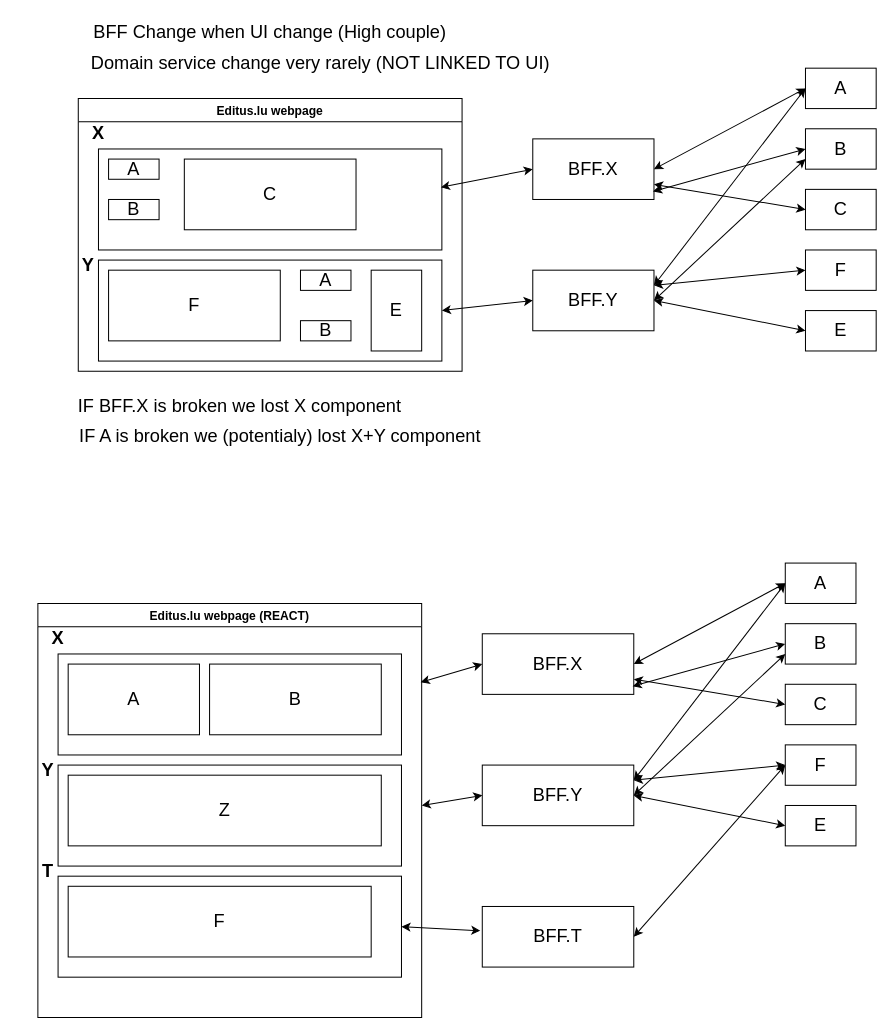
This is ConsoleApp14/Untitled Diagram.drawio from MomoAbda/LeetCode, a draw.io file, before an edit. Source tidied: cells renumbered, new cells numbered last; positions are measured from the earlier drawing's top-left corner, leaving out a move shared by most shapes. Both pictures are drawn from the tidied source at 101%, with x=0, y=0 at pixel (17, 17).
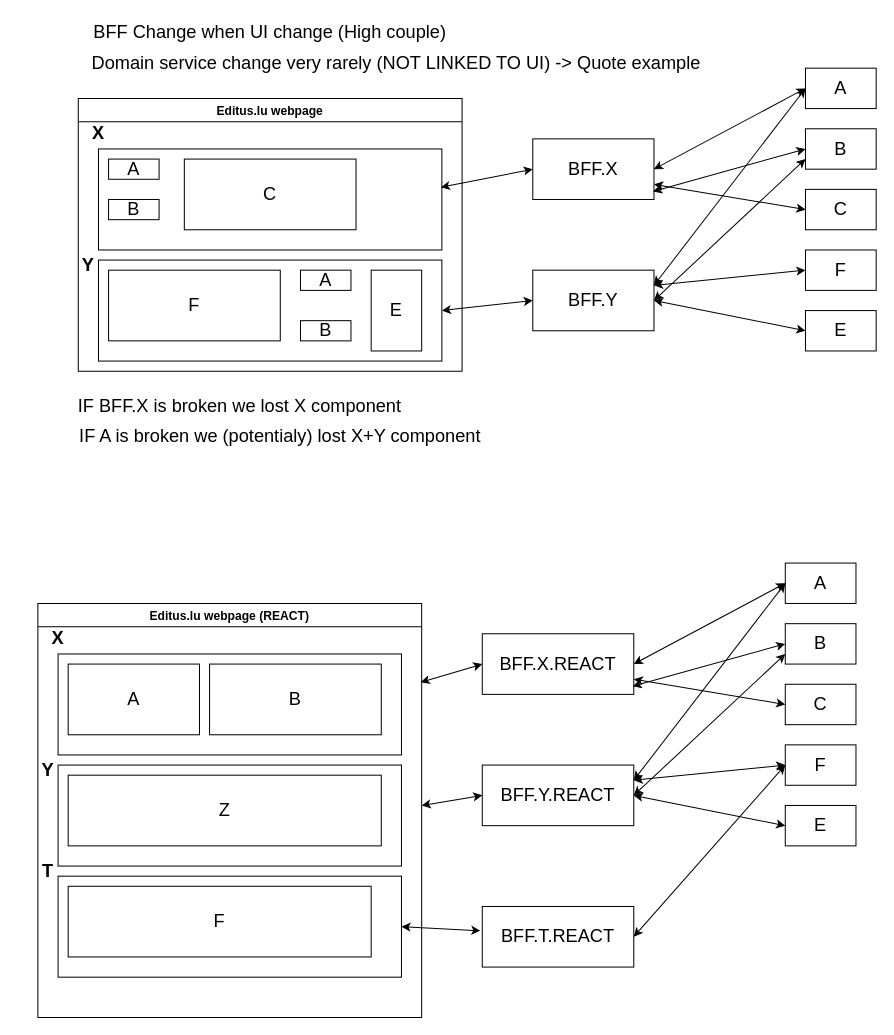
The same diagram, later.

What changed in the source:
```diff
@@
-    <mxCell id="30" value="BFF.X" style="rounded=0;whiteSpace=wrap;html=1;fontSize=18;" parent="1" vertex="1">
+    <mxCell id="30" value="BFF.X.REACT" style="rounded=0;whiteSpace=wrap;html=1;fontSize=18;" parent="1" vertex="1">
       <mxGeometry x="460" y="610" width="150" height="60" as="geometry" />
     </mxCell>
-    <mxCell id="31" value="BFF.Y" style="rounded=0;whiteSpace=wrap;html=1;fontSize=18;" parent="1" vertex="1">
+    <mxCell id="31" value="BFF.Y.REACT" style="rounded=0;whiteSpace=wrap;html=1;fontSize=18;" parent="1" vertex="1">
       <mxGeometry x="460" y="740" width="150" height="60" as="geometry" />
     </mxCell>
@@
-    <mxCell id="57" value="BFF.T" style="rounded=0;whiteSpace=wrap;html=1;fontSize=18;" parent="1" vertex="1">
+    <mxCell id="57" value="BFF.T.REACT" style="rounded=0;whiteSpace=wrap;html=1;fontSize=18;" parent="1" vertex="1">
       <mxGeometry x="460" y="880" width="150" height="60" as="geometry" />
     </mxCell>
@@
-    <mxCell id="61" value="Domain service change very rarely (NOT LINKED TO UI)" style="text;html=1;strokeColor=none;fillColor=none;align=center;verticalAlign=middle;whiteSpace=wrap;rounded=0;fontSize=18;" parent="1" vertex="1">
-      <mxGeometry x="50" y="30" width="500" height="30" as="geometry" />
+    <mxCell id="61" value="Domain service change very rarely (NOT LINKED TO UI) -&amp;gt; Quote example" style="text;html=1;strokeColor=none;fillColor=none;align=center;verticalAlign=middle;whiteSpace=wrap;rounded=0;fontSize=18;" parent="1" vertex="1">
+      <mxGeometry x="40" y="30" width="670" height="30" as="geometry" />
     </mxCell>
```
